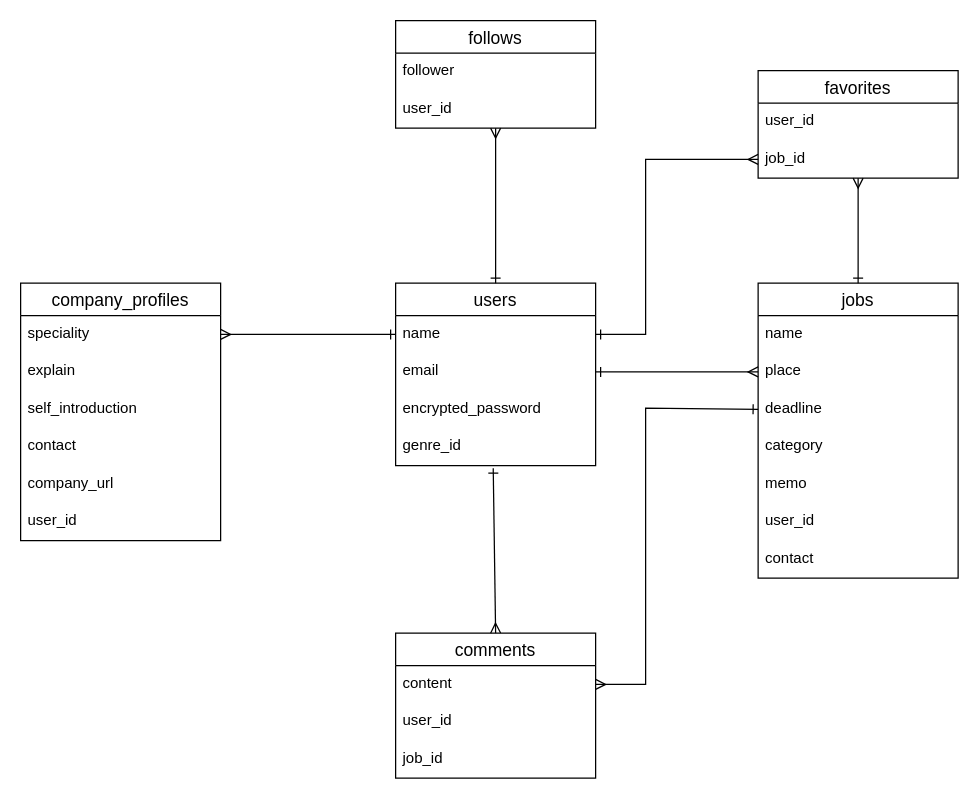
This is factory.drawio from ikejiri-ohashi/factory, a draw.io file, before an edit. Source tidied: cells renumbered, new cells numbered last; positions are measured from the earlier drawing's top-left corner, leaving out a move shared by most shapes. Both pictures are drawn from the tidied source at 125%, with x=0, y=0 at pixel (20, 20).
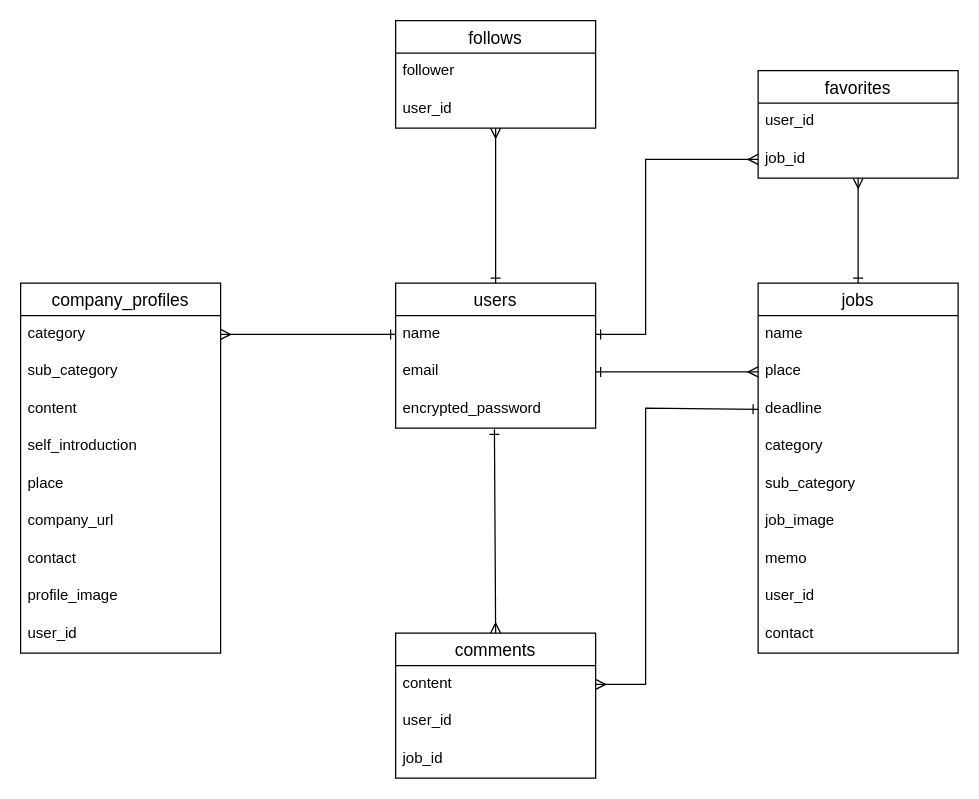
After the change.

The change refers to these unchanged cells:
```xml
<mxCell id="3" value="name" style="text;strokeColor=none;fillColor=none;spacingLeft=4;spacingRight=4;overflow=hidden;points=[[0,0.5],[1,0.5]];portConstraint=eastwest;fontSize=12;" parent="2" vertex="1">
  <mxGeometry y="26" width="160" height="30" as="geometry" />
</mxCell>
<mxCell id="5" value="encrypted_password" style="text;strokeColor=none;fillColor=none;spacingLeft=4;spacingRight=4;overflow=hidden;points=[[0,0.5],[1,0.5]];portConstraint=eastwest;fontSize=12;" parent="2" vertex="1">
  <mxGeometry y="86" width="160" height="30" as="geometry" />
</mxCell>
<mxCell id="16" value="comments" style="swimlane;fontStyle=0;horizontal=1;startSize=26;align=center;fontSize=14;" parent="1" vertex="1">
  <mxGeometry x="300" y="490" width="160" height="116" as="geometry" />
</mxCell>
```

The edit, as a diff of the source:
```diff
@@
     <mxCell id="2" value="users" style="swimlane;fontStyle=0;horizontal=1;startSize=26;align=center;fontSize=14;" parent="1" vertex="1">
-      <mxGeometry x="300" y="210" width="160" height="146" as="geometry" />
+      <mxGeometry x="300" y="210" width="160" height="116" as="geometry" />
     </mxCell>
@@
-    <mxCell id="6" value="genre_id" style="text;strokeColor=none;fillColor=none;spacingLeft=4;spacingRight=4;overflow=hidden;points=[[0,0.5],[1,0.5]];portConstraint=eastwest;fontSize=12;" parent="2" vertex="1">
-      <mxGeometry y="116" width="160" height="30" as="geometry" />
-    </mxCell>
     <mxCell id="7" value="jobs" style="swimlane;fontStyle=0;horizontal=1;startSize=26;align=center;fontSize=14;" parent="1" vertex="1">
-      <mxGeometry x="590" y="210" width="160" height="236" as="geometry" />
+      <mxGeometry x="590" y="210" width="160" height="296" as="geometry" />
     </mxCell>
@@
+    <mxCell id="39" value="sub_category" style="text;strokeColor=none;fillColor=none;spacingLeft=4;spacingRight=4;overflow=hidden;fontSize=12;" parent="7" vertex="1">
+      <mxGeometry y="146" width="160" height="30" as="geometry" />
+    </mxCell>
+    <mxCell id="40" value="job_image" style="text;strokeColor=none;fillColor=none;spacingLeft=4;spacingRight=4;overflow=hidden;fontSize=12;" parent="7" vertex="1">
+      <mxGeometry y="176" width="160" height="30" as="geometry" />
+    </mxCell>
     <mxCell id="12" value="memo" style="text;strokeColor=none;fillColor=none;spacingLeft=4;spacingRight=4;overflow=hidden;fontSize=12;" parent="7" vertex="1">
-      <mxGeometry y="146" width="160" height="30" as="geometry" />
+      <mxGeometry y="206" width="160" height="30" as="geometry" />
     </mxCell>
     <mxCell id="13" value="user_id" style="text;strokeColor=none;fillColor=none;spacingLeft=4;spacingRight=4;overflow=hidden;fontSize=12;" parent="7" vertex="1">
-      <mxGeometry y="176" width="160" height="30" as="geometry" />
+      <mxGeometry y="236" width="160" height="30" as="geometry" />
     </mxCell>
     <mxCell id="14" value="contact" style="text;strokeColor=none;fillColor=none;spacingLeft=4;spacingRight=4;overflow=hidden;fontSize=12;" parent="7" vertex="1">
-      <mxGeometry y="206" width="160" height="30" as="geometry" />
+      <mxGeometry y="266" width="160" height="30" as="geometry" />
     </mxCell>
@@
-    <mxCell id="20" style="rounded=0;jettySize=auto;html=1;exitX=0.488;exitY=1.067;exitDx=0;exitDy=0;entryX=0.5;entryY=0;entryDx=0;entryDy=0;endArrow=ERmany;endFill=0;startArrow=ERone;startFill=0;exitPerimeter=0;" parent="1" edge="1" source="6" target="16">
+    <mxCell id="20" style="rounded=0;jettySize=auto;html=1;exitX=0.494;exitY=1.033;exitDx=0;exitDy=0;entryX=0.5;entryY=0;entryDx=0;entryDy=0;endArrow=ERmany;endFill=0;startArrow=ERone;startFill=0;exitPerimeter=0;" parent="1" edge="1" source="5" target="16">
       <mxGeometry relative="1" as="geometry" />
     </mxCell>
     <mxCell id="21" value="company_profiles" style="swimlane;fontStyle=0;horizontal=1;startSize=26;align=center;fontSize=14;" parent="1" vertex="1">
-      <mxGeometry y="210" width="160" height="206" as="geometry" />
+      <mxGeometry y="210" width="160" height="296" as="geometry" />
     </mxCell>
+    <mxCell id="41" value="category" style="text;strokeColor=none;fillColor=none;spacingLeft=4;spacingRight=4;overflow=hidden;points=[[0,0.5],[1,0.5]];portConstraint=eastwest;fontSize=12;" parent="21" vertex="1">
+      <mxGeometry y="26" width="160" height="30" as="geometry" />
+    </mxCell>
-    <mxCell id="22" value="speciality" style="text;strokeColor=none;fillColor=none;spacingLeft=4;spacingRight=4;overflow=hidden;points=[[0,0.5],[1,0.5]];portConstraint=eastwest;fontSize=12;" parent="21" vertex="1">
-      <mxGeometry y="26" width="160" height="30" as="geometry" />
+    <mxCell id="22" value="sub_category" style="text;strokeColor=none;fillColor=none;spacingLeft=4;spacingRight=4;overflow=hidden;points=[[0,0.5],[1,0.5]];portConstraint=eastwest;fontSize=12;" parent="21" vertex="1">
+      <mxGeometry y="56" width="160" height="30" as="geometry" />
     </mxCell>
-    <mxCell id="23" value="explain" style="text;strokeColor=none;fillColor=none;spacingLeft=4;spacingRight=4;overflow=hidden;fontSize=12;" parent="21" vertex="1">
-      <mxGeometry y="56" width="160" height="30" as="geometry" />
+    <mxCell id="23" value="content" style="text;strokeColor=none;fillColor=none;spacingLeft=4;spacingRight=4;overflow=hidden;fontSize=12;" parent="21" vertex="1">
+      <mxGeometry y="86" width="160" height="30" as="geometry" />
     </mxCell>
     <mxCell id="24" value="self_introduction" style="text;strokeColor=none;fillColor=none;spacingLeft=4;spacingRight=4;overflow=hidden;fontSize=12;" parent="21" vertex="1">
-      <mxGeometry y="86" width="160" height="30" as="geometry" />
+      <mxGeometry y="116" width="160" height="30" as="geometry" />
     </mxCell>
-    <mxCell id="25" value="contact" style="text;strokeColor=none;fillColor=none;spacingLeft=4;spacingRight=4;overflow=hidden;fontSize=12;" parent="21" vertex="1">
-      <mxGeometry y="116" width="160" height="30" as="geometry" />
+    <mxCell id="25" value="place" style="text;strokeColor=none;fillColor=none;spacingLeft=4;spacingRight=4;overflow=hidden;fontSize=12;" parent="21" vertex="1">
+      <mxGeometry y="146" width="160" height="30" as="geometry" />
     </mxCell>
     <mxCell id="26" value="company_url" style="text;strokeColor=none;fillColor=none;spacingLeft=4;spacingRight=4;overflow=hidden;fontSize=12;" parent="21" vertex="1">
-      <mxGeometry y="146" width="160" height="30" as="geometry" />
+      <mxGeometry y="176" width="160" height="30" as="geometry" />
     </mxCell>
+    <mxCell id="42" value="contact" style="text;strokeColor=none;fillColor=none;spacingLeft=4;spacingRight=4;overflow=hidden;fontSize=12;" parent="21" vertex="1">
+      <mxGeometry y="206" width="160" height="30" as="geometry" />
+    </mxCell>
+    <mxCell id="43" value="profile_image" style="text;strokeColor=none;fillColor=none;spacingLeft=4;spacingRight=4;overflow=hidden;fontSize=12;" parent="21" vertex="1">
+      <mxGeometry y="236" width="160" height="30" as="geometry" />
+    </mxCell>
     <mxCell id="27" value="user_id" style="text;strokeColor=none;fillColor=none;spacingLeft=4;spacingRight=4;overflow=hidden;fontSize=12;" parent="21" vertex="1">
-      <mxGeometry y="176" width="160" height="30" as="geometry" />
+      <mxGeometry y="266" width="160" height="30" as="geometry" />
     </mxCell>
-    <mxCell id="28" style="rounded=0;jettySize=auto;html=1;exitX=0;exitY=0.5;exitDx=0;exitDy=0;entryX=1;entryY=0.5;entryDx=0;entryDy=0;endArrow=ERmany;endFill=0;startArrow=ERone;startFill=0;" parent="1" edge="1" source="3" target="22">
+    <mxCell id="28" style="rounded=0;jettySize=auto;html=1;exitX=0;exitY=0.5;exitDx=0;exitDy=0;entryX=1;entryY=0.5;entryDx=0;entryDy=0;endArrow=ERmany;endFill=0;startArrow=ERone;startFill=0;" parent="1" edge="1" source="3" target="41">
       <mxGeometry relative="1" as="geometry" />
     </mxCell>
```
